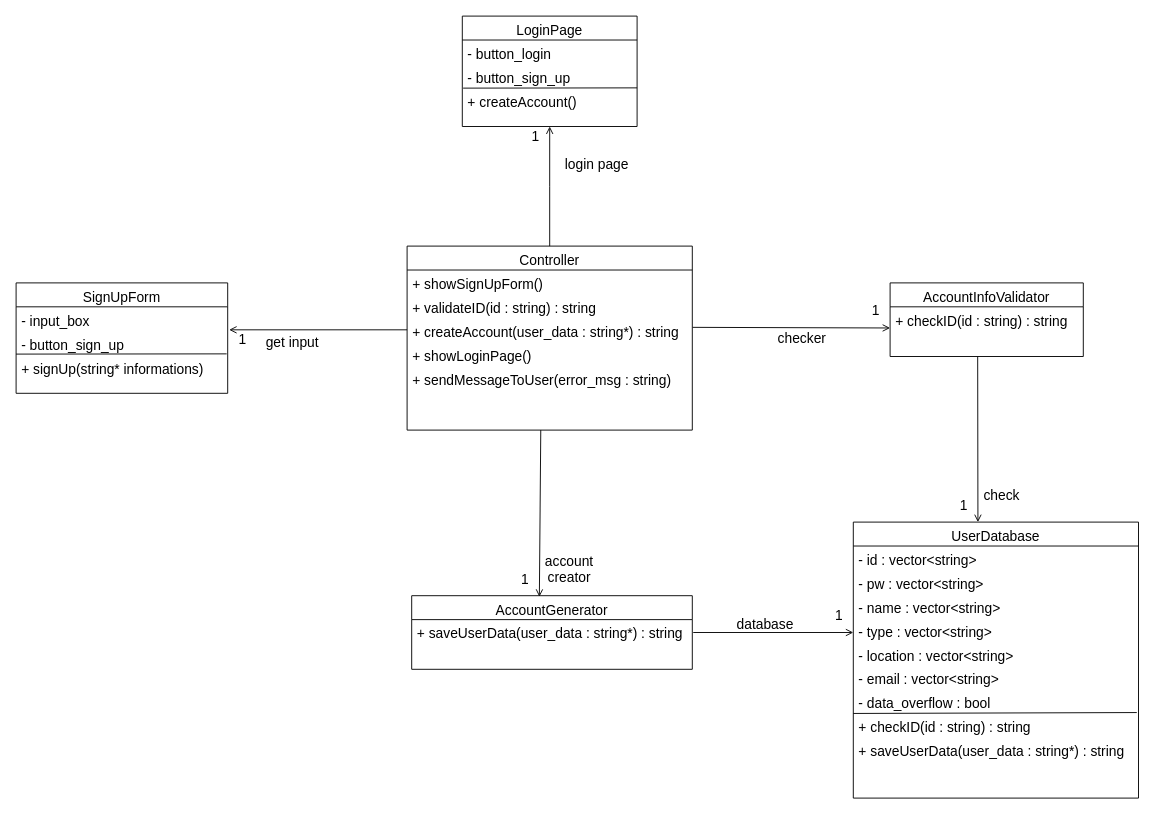
This is Class Diagram - CreateAccount(1).drawio from EatChangmyeong/software-engineering, a draw.io file, before an edit. Source tidied: cells renumbered, new cells numbered last; positions are measured from the earlier drawing's top-left corner, leaving out a move shared by most shapes. Both pictures are drawn from the tidied source at 92%, with x=0, y=0 at pixel (16, 16).
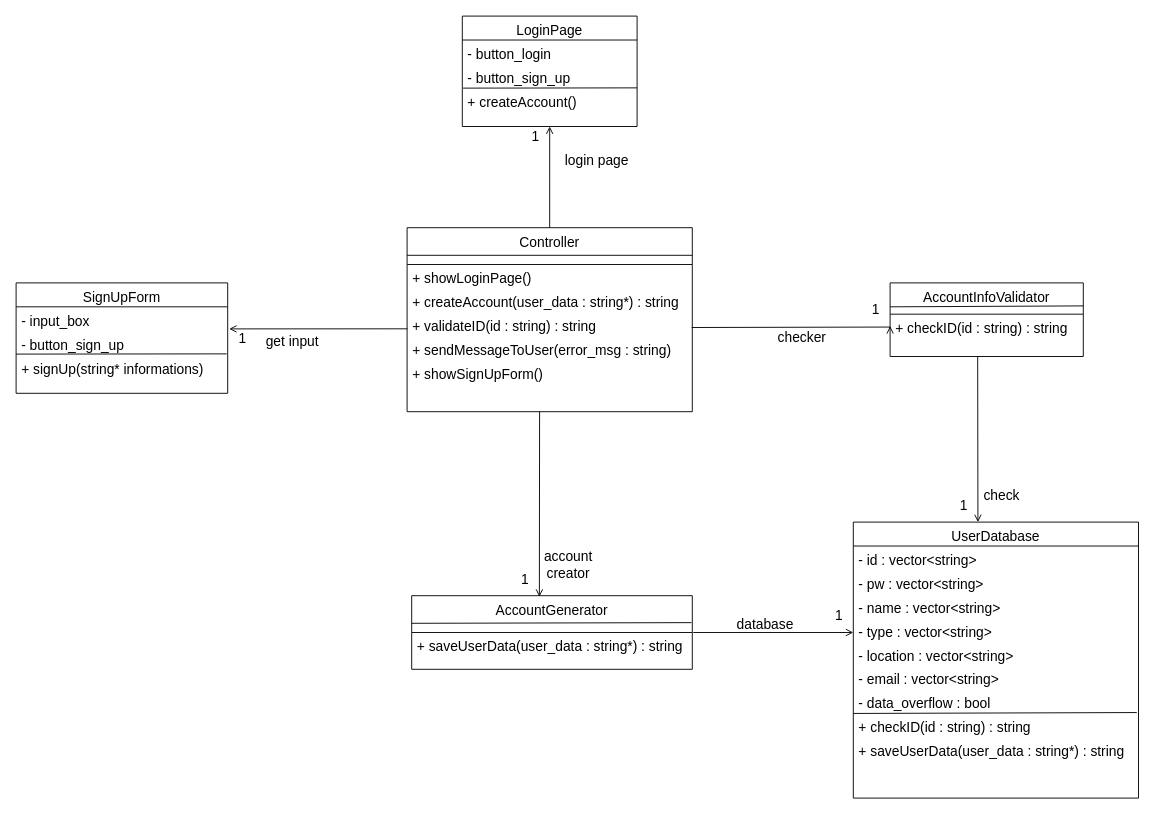
After the change.

Unchanged cells that the change refers to:
```xml
<mxCell id="18" value="- button_sign_up" style="text;align=left;verticalAlign=top;spacingLeft=4;spacingRight=4;overflow=hidden;points=[[0,0.5],[1,0.5]];portConstraint=eastwest;fontSize=15;" parent="16" vertex="1">
  <mxGeometry y="52" width="230" height="26" as="geometry" />
</mxCell>
```

What changed in the source:
```diff
@@
-    <mxCell id="2" value="Controller" style="swimlane;fontStyle=0;align=center;verticalAlign=top;horizontal=1;startSize=26;rounded=0;shadow=0;strokeWidth=1;fontSize=15;" parent="1" vertex="1">
-      <mxGeometry x="425" y="250" width="310" height="200" as="geometry" />
+    <mxCell id="2" value="Controller" style="swimlane;fontStyle=0;align=center;verticalAlign=top;horizontal=1;startSize=40;rounded=0;shadow=0;strokeWidth=1;fontSize=15;" parent="1" vertex="1">
+      <mxGeometry x="425" y="230" width="310" height="200" as="geometry" />
     </mxCell>
+    <mxCell id="51" style="endArrow=none;html=1;" parent="2" edge="1">
+      <mxGeometry relative="1" as="geometry">
+        <mxPoint y="30" as="sourcePoint" />
+        <mxPoint x="310" y="30" as="targetPoint" />
+      </mxGeometry>
+    </mxCell>
+    <mxCell id="6" value="+ showLoginPage()" style="text;align=left;verticalAlign=top;spacingLeft=4;spacingRight=4;overflow=hidden;fontSize=15;" parent="2" vertex="1">
+      <mxGeometry y="40" width="310" height="26" as="geometry" />
+    </mxCell>
+    <mxCell id="5" value="+ createAccount(user_data : string*) : string" style="text;align=left;verticalAlign=top;spacingLeft=4;spacingRight=4;overflow=hidden;points=[[0,0.5],[1,0.5]];portConstraint=eastwest;rounded=0;shadow=0;html=0;fontSize=15;" parent="2" vertex="1">
+      <mxGeometry y="66" width="310" height="26" as="geometry" />
+    </mxCell>
+    <mxCell id="4" value="+ validateID(id : string) : string" style="text;align=left;verticalAlign=top;spacingLeft=4;spacingRight=4;overflow=hidden;points=[[0,0.5],[1,0.5]];portConstraint=eastwest;rounded=0;shadow=0;html=0;fontSize=15;" parent="2" vertex="1">
+      <mxGeometry y="92" width="310" height="26" as="geometry" />
+    </mxCell>
+    <mxCell id="7" value="+ sendMessageToUser(error_msg : string)" style="text;align=left;verticalAlign=top;spacingLeft=4;spacingRight=4;overflow=hidden;fontSize=15;" parent="2" vertex="1">
+      <mxGeometry y="118" width="310" height="26" as="geometry" />
+    </mxCell>
     <mxCell id="3" value="+ showSignUpForm()" style="text;align=left;verticalAlign=top;spacingLeft=4;spacingRight=4;overflow=hidden;fontSize=15;" parent="2" vertex="1">
-      <mxGeometry y="26" width="310" height="26" as="geometry" />
+      <mxGeometry y="144" width="310" height="26" as="geometry" />
     </mxCell>
-    <mxCell id="4" value="+ validateID(id : string) : string" style="text;align=left;verticalAlign=top;spacingLeft=4;spacingRight=4;overflow=hidden;points=[[0,0.5],[1,0.5]];portConstraint=eastwest;rounded=0;shadow=0;html=0;fontSize=15;" parent="2" vertex="1">
-      <mxGeometry y="52" width="310" height="26" as="geometry" />
-    </mxCell>
-    <mxCell id="5" value="+ createAccount(user_data : string*) : string" style="text;align=left;verticalAlign=top;spacingLeft=4;spacingRight=4;overflow=hidden;points=[[0,0.5],[1,0.5]];portConstraint=eastwest;rounded=0;shadow=0;html=0;fontSize=15;" parent="2" vertex="1">
-      <mxGeometry y="78" width="310" height="26" as="geometry" />
-    </mxCell>
-    <mxCell id="6" value="+ showLoginPage()" style="text;align=left;verticalAlign=top;spacingLeft=4;spacingRight=4;overflow=hidden;fontSize=15;" parent="2" vertex="1">
-      <mxGeometry y="104" width="310" height="26" as="geometry" />
-    </mxCell>
-    <mxCell id="7" value="+ sendMessageToUser(error_msg : string)" style="text;align=left;verticalAlign=top;spacingLeft=4;spacingRight=4;overflow=hidden;fontSize=15;" parent="2" vertex="1">
-      <mxGeometry y="130" width="310" height="26" as="geometry" />
-    </mxCell>
@@
-    <mxCell id="21" style="endArrow=open;shadow=0;strokeWidth=1;rounded=0;endFill=1;edgeStyle=elbowEdgeStyle;elbow=vertical;exitX=0;exitY=0.5;exitDx=0;exitDy=0;entryX=1.007;entryY=-0.066;entryDx=0;entryDy=0;entryPerimeter=0;fontSize=15;" parent="1" edge="1" source="5" target="18">
+    <mxCell id="21" style="endArrow=open;shadow=0;strokeWidth=1;rounded=0;endFill=1;edgeStyle=elbowEdgeStyle;elbow=vertical;entryX=1.007;entryY=-0.066;entryDx=0;entryDy=0;entryPerimeter=0;fontSize=15;exitX=0.001;exitY=0.689;exitDx=0;exitDy=0;exitPerimeter=0;" parent="1" edge="1" source="4" target="18">
       <mxGeometry x="0.5" y="41" relative="1" as="geometry">
         <mxPoint x="-40" y="32" as="offset" />
       </mxGeometry>
     </mxCell>
@@
-    <mxCell id="24" value="AccountInfoValidator" style="swimlane;fontStyle=0;align=center;verticalAlign=top;horizontal=1;startSize=26;rounded=0;shadow=0;strokeWidth=1;fontSize=15;" parent="1" vertex="1">
+    <mxCell id="24" value="AccountInfoValidator" style="swimlane;fontStyle=0;align=center;verticalAlign=top;horizontal=1;startSize=34;rounded=0;shadow=0;strokeWidth=1;fontSize=15;" parent="1" vertex="1">
       <mxGeometry x="950" y="290" width="210" height="80" as="geometry" />
     </mxCell>
+    <mxCell id="52" style="endArrow=none;html=1;strokeWidth=1;" parent="24" edge="1">
+      <mxGeometry relative="1" as="geometry">
+        <mxPoint y="26" as="sourcePoint" />
+        <mxPoint x="210" y="25" as="targetPoint" />
+      </mxGeometry>
+    </mxCell>
     <mxCell id="25" value="+ checkID(id : string) : string" style="text;align=left;verticalAlign=top;spacingLeft=4;spacingRight=4;overflow=hidden;points=[[0,0.5],[1,0.5]];portConstraint=eastwest;fontSize=15;" parent="24" vertex="1">
-      <mxGeometry y="26" width="210" height="26" as="geometry" />
+      <mxGeometry y="34" width="210" height="26" as="geometry" />
     </mxCell>
-    <mxCell id="26" style="endArrow=open;shadow=0;strokeWidth=1;rounded=0;endFill=1;edgeStyle=elbowEdgeStyle;elbow=vertical;entryX=0;entryY=0.885;entryDx=0;entryDy=0;entryPerimeter=0;fontSize=15;exitX=1.001;exitY=0.397;exitDx=0;exitDy=0;exitPerimeter=0;" parent="1" edge="1" source="5" target="25">
+    <mxCell id="26" style="endArrow=open;shadow=0;strokeWidth=1;rounded=0;endFill=1;edgeStyle=elbowEdgeStyle;elbow=vertical;entryX=0;entryY=0.5;entryDx=0;entryDy=0;fontSize=15;exitX=0.998;exitY=0.634;exitDx=0;exitDy=0;exitPerimeter=0;" parent="1" edge="1" source="4" target="25">
       <mxGeometry x="0.5" y="41" relative="1" as="geometry">
         <mxPoint x="-40" y="32" as="offset" />
       </mxGeometry>
     </mxCell>
@@
-    <mxCell id="43" value="AccountGenerator" style="swimlane;fontStyle=0;align=center;verticalAlign=top;horizontal=1;startSize=26;rounded=0;shadow=0;strokeWidth=1;fontSize=15;" parent="1" vertex="1">
+    <mxCell id="43" value="AccountGenerator" style="swimlane;fontStyle=0;align=center;verticalAlign=top;horizontal=1;startSize=40;rounded=0;shadow=0;strokeWidth=1;fontSize=15;" parent="1" vertex="1">
       <mxGeometry x="430" y="630" width="305" height="80" as="geometry" />
     </mxCell>
     <mxCell id="44" value="+ saveUserData(user_data : string*) : string" style="text;align=left;verticalAlign=top;spacingLeft=4;spacingRight=4;overflow=hidden;fontSize=15;" parent="43" vertex="1">
-      <mxGeometry y="26" width="305" height="26" as="geometry" />
+      <mxGeometry y="40" width="305" height="26" as="geometry" />
     </mxCell>
     <mxCell id="45" style="endArrow=open;shadow=0;strokeWidth=1;rounded=0;endFill=1;elbow=vertical;entryX=0.455;entryY=0.015;entryDx=0;entryDy=0;entryPerimeter=0;fontSize=15;" parent="1" edge="1" target="43">
       <mxGeometry x="0.5" y="41" relative="1" as="geometry">
-        <mxPoint x="570.3" y="450" as="sourcePoint" />
+        <mxPoint x="569" y="430" as="sourcePoint" />
         <mxPoint x="-40" y="32" as="offset" />
       </mxGeometry>
     </mxCell>
@@
+    <mxCell id="53" style="endArrow=none;html=1;strokeWidth=1;entryX=0.997;entryY=0.366;entryDx=0;entryDy=0;entryPerimeter=0;" parent="1" edge="1" target="43">
+      <mxGeometry relative="1" as="geometry">
+        <mxPoint x="430" y="660" as="sourcePoint" />
+      </mxGeometry>
+    </mxCell>
```
